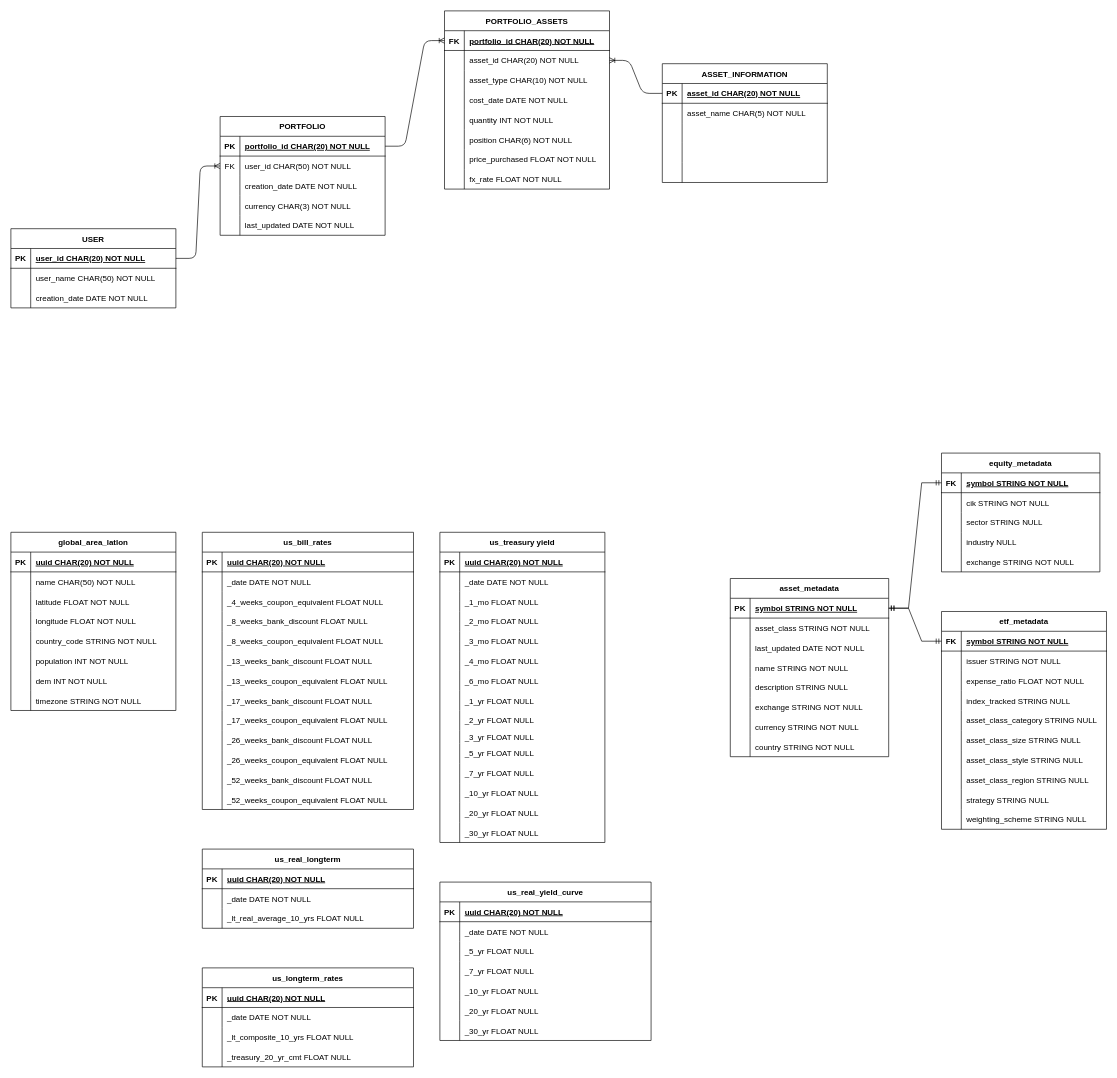
Earlier version of the draw.io diagram assets/erd.drawio (lvxhnat/ion). Source tidied: cells renumbered, new cells numbered last; positions are measured from the earlier drawing's top-left corner, leaving out a move shared by most shapes. Both pictures are drawn from the tidied source at 66%, with x=0, y=0 at pixel (11, 11).
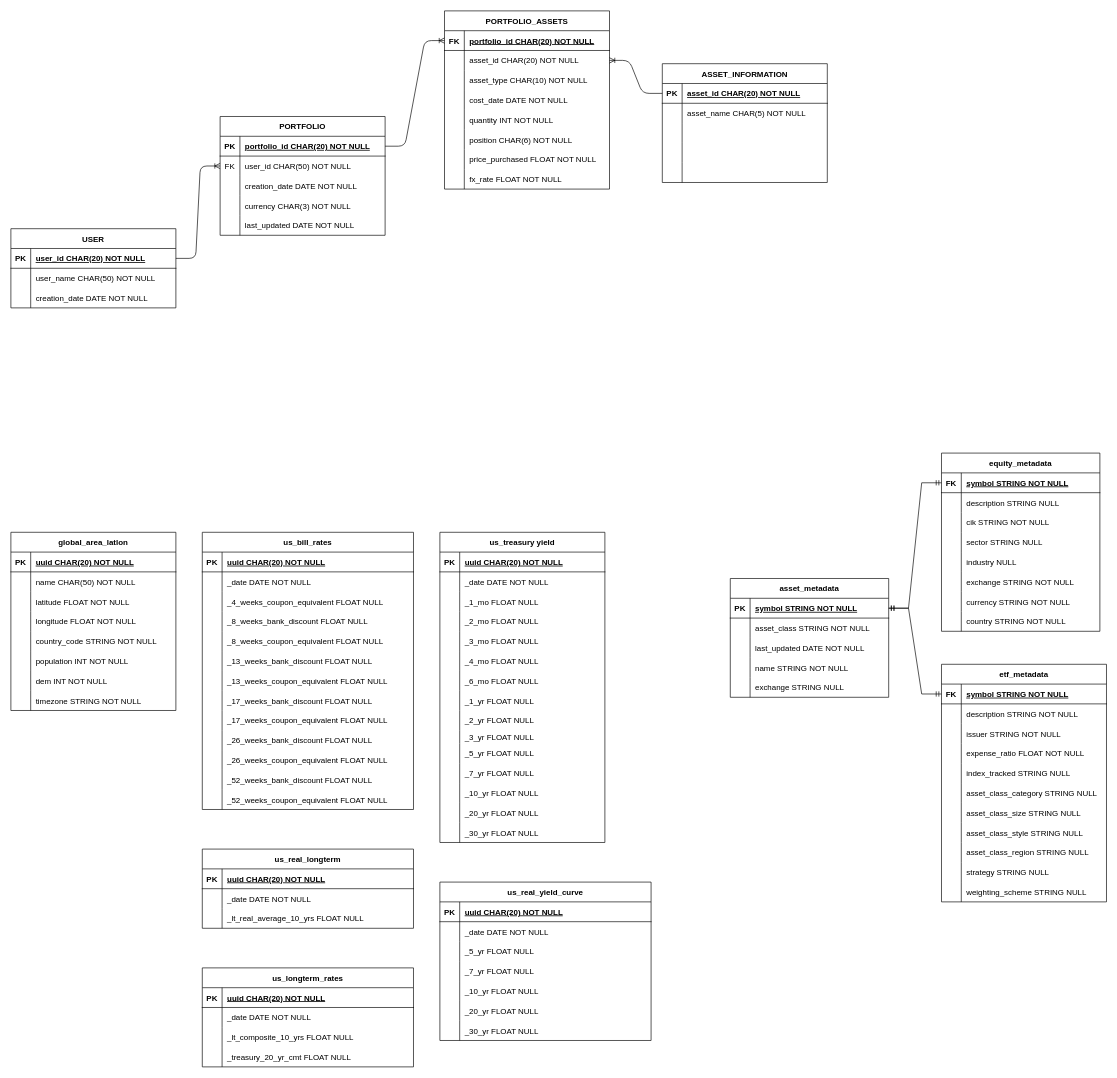
After the change.

What changed in the source:
```diff
@@
     <mxCell id="228" value="asset_metadata" style="shape=table;startSize=30;childLayout=tableLayout;rowLines=0;fontStyle=1;align=center;" parent="1" vertex="1">
-      <mxGeometry x="1090" y="860" width="240" height="270" as="geometry" />
+      <mxGeometry x="1090" y="860" width="240" height="180" as="geometry" />
     </mxCell>
@@
-    <mxCell id="241" style="shape=partialRectangle;fillColor=none;top=0;left=0;right=0;bottom=0;" parent="228" vertex="1">
-      <mxGeometry y="150" width="240" height="30" as="geometry" />
-    </mxCell>
-    <mxCell id="242" style="shape=partialRectangle;overflow=hidden;fillColor=none;top=0;left=0;bottom=0;right=0;" parent="241" vertex="1">
-      <mxGeometry width="30" height="30" as="geometry" />
-    </mxCell>
-    <mxCell id="243" value="description STRING NULL" style="shape=partialRectangle;overflow=hidden;fillColor=none;top=0;left=0;bottom=0;right=0;align=left;spacingLeft=6;" parent="241" vertex="1">
-      <mxGeometry x="30" width="210" height="30" as="geometry" />
-    </mxCell>
     <mxCell id="244" style="shape=partialRectangle;fillColor=none;top=0;left=0;right=0;bottom=0;" parent="228" vertex="1">
-      <mxGeometry y="180" width="240" height="30" as="geometry" />
+      <mxGeometry y="150" width="240" height="30" as="geometry" />
     </mxCell>
@@
-    <mxCell id="246" value="exchange STRING NOT NULL" style="shape=partialRectangle;overflow=hidden;fillColor=none;top=0;left=0;bottom=0;right=0;align=left;spacingLeft=6;" parent="244" vertex="1">
+    <mxCell id="246" value="exchange STRING NULL" style="shape=partialRectangle;overflow=hidden;fillColor=none;top=0;left=0;bottom=0;right=0;align=left;spacingLeft=6;" parent="244" vertex="1">
       <mxGeometry x="30" width="210" height="30" as="geometry" />
     </mxCell>
-    <mxCell id="247" style="shape=partialRectangle;fillColor=none;top=0;left=0;right=0;bottom=0;" parent="228" vertex="1">
-      <mxGeometry y="210" width="240" height="30" as="geometry" />
-    </mxCell>
-    <mxCell id="248" style="shape=partialRectangle;overflow=hidden;fillColor=none;top=0;left=0;bottom=0;right=0;" parent="247" vertex="1">
-      <mxGeometry width="30" height="30" as="geometry" />
-    </mxCell>
-    <mxCell id="249" value="currency STRING NOT NULL" style="shape=partialRectangle;overflow=hidden;fillColor=none;top=0;left=0;bottom=0;right=0;align=left;spacingLeft=6;" parent="247" vertex="1">
-      <mxGeometry x="30" width="210" height="30" as="geometry" />
-    </mxCell>
-    <mxCell id="250" style="shape=partialRectangle;fillColor=none;top=0;left=0;right=0;bottom=0;" parent="228" vertex="1">
-      <mxGeometry y="240" width="240" height="30" as="geometry" />
-    </mxCell>
-    <mxCell id="251" style="shape=partialRectangle;overflow=hidden;fillColor=none;top=0;left=0;bottom=0;right=0;" parent="250" vertex="1">
-      <mxGeometry width="30" height="30" as="geometry" />
-    </mxCell>
-    <mxCell id="252" value="country STRING NOT NULL" style="shape=partialRectangle;overflow=hidden;fillColor=none;top=0;left=0;bottom=0;right=0;align=left;spacingLeft=6;" parent="250" vertex="1">
-      <mxGeometry x="30" width="210" height="30" as="geometry" />
-    </mxCell>
     <mxCell id="253" value="etf_metadata" style="shape=table;startSize=30;childLayout=tableLayout;rowLines=0;fontStyle=1;align=center;" parent="1" vertex="1">
-      <mxGeometry x="1410" y="910" width="250" height="330" as="geometry" />
+      <mxGeometry x="1410" y="990" width="250" height="360" as="geometry" />
     </mxCell>
@@
+    <mxCell id="302" style="shape=partialRectangle;fillColor=none;top=0;left=0;right=0;bottom=0;" parent="253" vertex="1">
+      <mxGeometry y="60" width="250" height="30" as="geometry" />
+    </mxCell>
+    <mxCell id="303" style="shape=partialRectangle;overflow=hidden;fillColor=none;top=0;left=0;bottom=0;right=0;" parent="302" vertex="1">
+      <mxGeometry width="30" height="30" as="geometry" />
+    </mxCell>
+    <mxCell id="304" value="description STRING NOT NULL" style="shape=partialRectangle;overflow=hidden;fillColor=none;top=0;left=0;bottom=0;right=0;align=left;spacingLeft=6;" parent="302" vertex="1">
+      <mxGeometry x="30" width="220" height="30" as="geometry" />
+    </mxCell>
     <mxCell id="257" style="shape=partialRectangle;fillColor=none;top=0;left=0;right=0;bottom=0;" parent="253" vertex="1">
-      <mxGeometry y="60" width="250" height="30" as="geometry" />
+      <mxGeometry y="90" width="250" height="30" as="geometry" />
     </mxCell>
@@
     <mxCell id="260" style="shape=partialRectangle;fillColor=none;top=0;left=0;right=0;bottom=0;" parent="253" vertex="1">
-      <mxGeometry y="90" width="250" height="30" as="geometry" />
+      <mxGeometry y="120" width="250" height="30" as="geometry" />
     </mxCell>
@@
     <mxCell id="263" style="shape=partialRectangle;fillColor=none;top=0;left=0;right=0;bottom=0;" parent="253" vertex="1">
-      <mxGeometry y="120" width="250" height="30" as="geometry" />
+      <mxGeometry y="150" width="250" height="30" as="geometry" />
     </mxCell>
@@
     <mxCell id="266" style="shape=partialRectangle;fillColor=none;top=0;left=0;right=0;bottom=0;" parent="253" vertex="1">
-      <mxGeometry y="150" width="250" height="30" as="geometry" />
+      <mxGeometry y="180" width="250" height="30" as="geometry" />
     </mxCell>
@@
     <mxCell id="269" style="shape=partialRectangle;fillColor=none;top=0;left=0;right=0;bottom=0;" parent="253" vertex="1">
-      <mxGeometry y="180" width="250" height="30" as="geometry" />
+      <mxGeometry y="210" width="250" height="30" as="geometry" />
     </mxCell>
@@
     <mxCell id="272" style="shape=partialRectangle;fillColor=none;top=0;left=0;right=0;bottom=0;" parent="253" vertex="1">
-      <mxGeometry y="210" width="250" height="30" as="geometry" />
+      <mxGeometry y="240" width="250" height="30" as="geometry" />
     </mxCell>
@@
     <mxCell id="275" style="shape=partialRectangle;fillColor=none;top=0;left=0;right=0;bottom=0;" parent="253" vertex="1">
-      <mxGeometry y="240" width="250" height="30" as="geometry" />
+      <mxGeometry y="270" width="250" height="30" as="geometry" />
     </mxCell>
@@
     <mxCell id="278" style="shape=partialRectangle;fillColor=none;top=0;left=0;right=0;bottom=0;" parent="253" vertex="1">
-      <mxGeometry y="270" width="250" height="30" as="geometry" />
+      <mxGeometry y="300" width="250" height="30" as="geometry" />
     </mxCell>
@@
     <mxCell id="281" style="shape=partialRectangle;fillColor=none;top=0;left=0;right=0;bottom=0;" parent="253" vertex="1">
-      <mxGeometry y="300" width="250" height="30" as="geometry" />
+      <mxGeometry y="330" width="250" height="30" as="geometry" />
     </mxCell>
@@
     <mxCell id="284" value="equity_metadata" style="shape=table;startSize=30;childLayout=tableLayout;rowLines=0;fontStyle=1;align=center;" parent="1" vertex="1">
-      <mxGeometry x="1410" y="670" width="240" height="180" as="geometry" />
+      <mxGeometry x="1410" y="670" width="240" height="270" as="geometry" />
     </mxCell>
@@
+    <mxCell id="305" style="shape=partialRectangle;fillColor=none;top=0;left=0;right=0;bottom=0;" parent="284" vertex="1">
+      <mxGeometry y="60" width="240" height="30" as="geometry" />
+    </mxCell>
+    <mxCell id="306" style="shape=partialRectangle;overflow=hidden;fillColor=none;top=0;left=0;bottom=0;right=0;" parent="305" vertex="1">
+      <mxGeometry width="30" height="30" as="geometry" />
+    </mxCell>
+    <mxCell id="243" value="description STRING NULL" style="shape=partialRectangle;overflow=hidden;fillColor=none;top=0;left=0;bottom=0;right=0;align=left;spacingLeft=6;" parent="305" vertex="1">
+      <mxGeometry x="30" width="210" height="30" as="geometry" />
+    </mxCell>
     <mxCell id="288" style="shape=partialRectangle;fillColor=none;top=0;left=0;right=0;bottom=0;" parent="284" vertex="1">
-      <mxGeometry y="60" width="240" height="30" as="geometry" />
+      <mxGeometry y="90" width="240" height="30" as="geometry" />
     </mxCell>
@@
     <mxCell id="291" style="shape=partialRectangle;fillColor=none;top=0;left=0;right=0;bottom=0;" parent="284" vertex="1">
-      <mxGeometry y="90" width="240" height="30" as="geometry" />
+      <mxGeometry y="120" width="240" height="30" as="geometry" />
     </mxCell>
@@
     <mxCell id="294" style="shape=partialRectangle;fillColor=none;top=0;left=0;right=0;bottom=0;" parent="284" vertex="1">
-      <mxGeometry y="120" width="240" height="30" as="geometry" />
+      <mxGeometry y="150" width="240" height="30" as="geometry" />
     </mxCell>
@@
     <mxCell id="297" style="shape=partialRectangle;fillColor=none;top=0;left=0;right=0;bottom=0;" parent="284" vertex="1">
-      <mxGeometry y="150" width="240" height="30" as="geometry" />
+      <mxGeometry y="180" width="240" height="30" as="geometry" />
     </mxCell>
@@
+    <mxCell id="247" style="shape=partialRectangle;fillColor=none;top=0;left=0;right=0;bottom=0;" parent="284" vertex="1">
+      <mxGeometry y="210" width="240" height="30" as="geometry" />
+    </mxCell>
+    <mxCell id="307" style="shape=partialRectangle;overflow=hidden;fillColor=none;top=0;left=0;bottom=0;right=0;" parent="247" vertex="1">
+      <mxGeometry width="30" height="30" as="geometry" />
+    </mxCell>
+    <mxCell id="249" value="currency STRING NOT NULL" style="shape=partialRectangle;overflow=hidden;fillColor=none;top=0;left=0;bottom=0;right=0;align=left;spacingLeft=6;" parent="247" vertex="1">
+      <mxGeometry x="30" width="210" height="30" as="geometry" />
+    </mxCell>
+    <mxCell id="250" style="shape=partialRectangle;fillColor=none;top=0;left=0;right=0;bottom=0;" parent="284" vertex="1">
+      <mxGeometry y="240" width="240" height="30" as="geometry" />
+    </mxCell>
+    <mxCell id="308" style="shape=partialRectangle;overflow=hidden;fillColor=none;top=0;left=0;bottom=0;right=0;" parent="250" vertex="1">
+      <mxGeometry width="30" height="30" as="geometry" />
+    </mxCell>
+    <mxCell id="252" value="country STRING NOT NULL" style="shape=partialRectangle;overflow=hidden;fillColor=none;top=0;left=0;bottom=0;right=0;align=left;spacingLeft=6;" parent="250" vertex="1">
+      <mxGeometry x="30" width="210" height="30" as="geometry" />
+    </mxCell>
```
